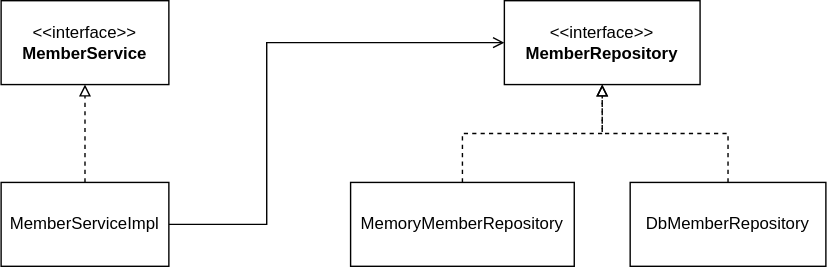
Before: document/class.svg, a diagram exported from draw.io (pyo92/ex-basic-spring). Source tidied: cells renumbered, new cells last; positions are measured from the earlier drawing's top-left corner, leaving out a move shared by most shapes. The source it was exported from:
```xml
<mxGraphModel>
  <root>
    <mxCell id="0" />
    <mxCell id="1" parent="0" />
    <mxCell id="2" value="&amp;lt;&amp;lt;interface&amp;gt;&amp;gt;&lt;br&gt;&lt;b&gt;MemberService&lt;/b&gt;" style="rounded=0;whiteSpace=wrap;html=1;" parent="1" vertex="1">
      <mxGeometry width="120" height="60" as="geometry" />
    </mxCell>
    <mxCell id="3" value="&amp;lt;&amp;lt;interface&amp;gt;&amp;gt;&lt;br&gt;&lt;b&gt;MemberRepository&lt;/b&gt;" style="rounded=0;whiteSpace=wrap;html=1;" parent="1" vertex="1">
      <mxGeometry x="360" width="140" height="60" as="geometry" />
    </mxCell>
    <mxCell id="4" style="edgeStyle=orthogonalEdgeStyle;rounded=0;jettySize=auto;html=1;exitX=0.5;exitY=0;exitDx=0;exitDy=0;dashed=1;endArrow=block;endFill=0;" parent="1" edge="1" source="6" target="2">
      <mxGeometry relative="1" as="geometry" />
    </mxCell>
    <mxCell id="5" style="edgeStyle=orthogonalEdgeStyle;rounded=0;jettySize=auto;html=1;exitX=1;exitY=0.5;exitDx=0;exitDy=0;entryX=0;entryY=0.5;entryDx=0;entryDy=0;endArrow=open;endFill=0;" parent="1" edge="1" source="6" target="3">
      <mxGeometry relative="1" as="geometry">
        <Array as="points">
          <mxPoint x="190" y="160" />
          <mxPoint x="190" y="30" />
        </Array>
      </mxGeometry>
    </mxCell>
    <mxCell id="6" value="MemberServiceImpl" style="rounded=0;whiteSpace=wrap;html=1;" parent="1" vertex="1">
      <mxGeometry y="130" width="120" height="60" as="geometry" />
    </mxCell>
    <mxCell id="7" style="edgeStyle=orthogonalEdgeStyle;rounded=0;jettySize=auto;html=1;exitX=0.5;exitY=0;exitDx=0;exitDy=0;entryX=0.5;entryY=1;entryDx=0;entryDy=0;endArrow=block;endFill=0;dashed=1;" parent="1" edge="1" source="8" target="3">
      <mxGeometry relative="1" as="geometry">
        <Array as="points">
          <mxPoint x="330" y="95" />
          <mxPoint x="430" y="95" />
        </Array>
      </mxGeometry>
    </mxCell>
    <mxCell id="8" value="MemoryMemberRepository" style="rounded=0;whiteSpace=wrap;html=1;" parent="1" vertex="1">
      <mxGeometry x="250" y="130" width="160" height="60" as="geometry" />
    </mxCell>
    <mxCell id="9" style="edgeStyle=orthogonalEdgeStyle;rounded=0;jettySize=auto;html=1;exitX=0.5;exitY=0;exitDx=0;exitDy=0;entryX=0.5;entryY=1;entryDx=0;entryDy=0;dashed=1;endArrow=block;endFill=0;" parent="1" edge="1" source="10" target="3">
      <mxGeometry relative="1" as="geometry" />
    </mxCell>
    <mxCell id="10" value="DbMemberRepository" style="rounded=0;whiteSpace=wrap;html=1;" parent="1" vertex="1">
      <mxGeometry x="450" y="130" width="140" height="60" as="geometry" />
    </mxCell>
  </root>
</mxGraphModel>
```
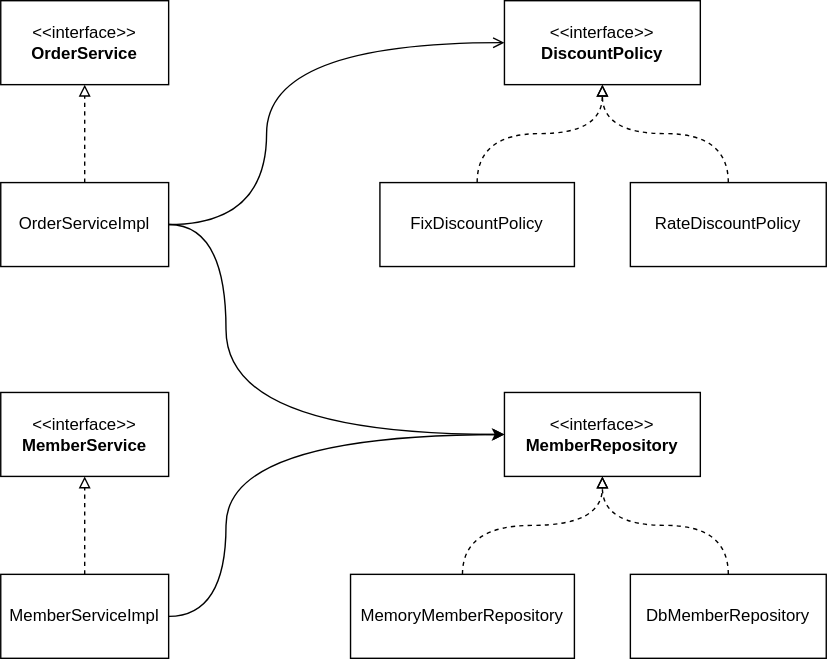
Above is the later version.

Commit message:
#9 - 주문, 할인 도메인 설계

- 주문, 할인 class diagram 작성

Diff of the diagram source:
```diff
@@ -11,18 +11,18 @@
     <mxCell id="4" style="edgeStyle=orthogonalEdgeStyle;rounded=0;jettySize=auto;html=1;exitX=0.5;exitY=0;exitDx=0;exitDy=0;dashed=1;endArrow=block;endFill=0;" parent="1" edge="1" source="6" target="2">
       <mxGeometry relative="1" as="geometry" />
     </mxCell>
-    <mxCell id="5" style="edgeStyle=orthogonalEdgeStyle;rounded=0;jettySize=auto;html=1;exitX=1;exitY=0.5;exitDx=0;exitDy=0;entryX=0;entryY=0.5;entryDx=0;entryDy=0;endArrow=open;endFill=0;" parent="1" edge="1" source="6" target="3">
+    <mxCell id="5" style="edgeStyle=orthogonalEdgeStyle;jettySize=auto;html=1;exitX=1;exitY=0.5;exitDx=0;exitDy=0;entryX=0;entryY=0.5;entryDx=0;entryDy=0;endArrow=open;endFill=0;curved=1;" parent="1" edge="1" source="6" target="3">
       <mxGeometry relative="1" as="geometry">
         <Array as="points">
-          <mxPoint x="190" y="160" />
-          <mxPoint x="190" y="30" />
+          <mxPoint x="161" y="160" />
+          <mxPoint x="161" y="30" />
         </Array>
       </mxGeometry>
     </mxCell>
     <mxCell id="6" value="MemberServiceImpl" style="rounded=0;whiteSpace=wrap;html=1;" parent="1" vertex="1">
       <mxGeometry y="130" width="120" height="60" as="geometry" />
     </mxCell>
-    <mxCell id="7" style="edgeStyle=orthogonalEdgeStyle;rounded=0;jettySize=auto;html=1;exitX=0.5;exitY=0;exitDx=0;exitDy=0;entryX=0.5;entryY=1;entryDx=0;entryDy=0;endArrow=block;endFill=0;dashed=1;" parent="1" edge="1" source="8" target="3">
+    <mxCell id="7" style="edgeStyle=orthogonalEdgeStyle;jettySize=auto;html=1;exitX=0.5;exitY=0;exitDx=0;exitDy=0;entryX=0.5;entryY=1;entryDx=0;entryDy=0;endArrow=block;endFill=0;dashed=1;strokeColor=default;curved=1;" parent="1" edge="1" source="8" target="3">
       <mxGeometry relative="1" as="geometry">
         <Array as="points">
           <mxPoint x="330" y="95" />
@@ -33,11 +33,56 @@
     <mxCell id="8" value="MemoryMemberRepository" style="rounded=0;whiteSpace=wrap;html=1;" parent="1" vertex="1">
       <mxGeometry x="250" y="130" width="160" height="60" as="geometry" />
     </mxCell>
-    <mxCell id="9" style="edgeStyle=orthogonalEdgeStyle;rounded=0;jettySize=auto;html=1;exitX=0.5;exitY=0;exitDx=0;exitDy=0;entryX=0.5;entryY=1;entryDx=0;entryDy=0;dashed=1;endArrow=block;endFill=0;" parent="1" edge="1" source="10" target="3">
+    <mxCell id="9" style="edgeStyle=orthogonalEdgeStyle;jettySize=auto;html=1;exitX=0.5;exitY=0;exitDx=0;exitDy=0;entryX=0.5;entryY=1;entryDx=0;entryDy=0;dashed=1;endArrow=block;endFill=0;strokeColor=default;curved=1;" parent="1" edge="1" source="10" target="3">
       <mxGeometry relative="1" as="geometry" />
     </mxCell>
     <mxCell id="10" value="DbMemberRepository" style="rounded=0;whiteSpace=wrap;html=1;" parent="1" vertex="1">
       <mxGeometry x="450" y="130" width="140" height="60" as="geometry" />
     </mxCell>
+    <mxCell id="11" value="&amp;lt;&amp;lt;interface&amp;gt;&amp;gt;&lt;br&gt;&lt;b&gt;OrderService&lt;/b&gt;" style="rounded=0;whiteSpace=wrap;html=1;" parent="1" vertex="1">
+      <mxGeometry y="-280" width="120" height="60" as="geometry" />
+    </mxCell>
+    <mxCell id="12" value="&amp;lt;&amp;lt;interface&amp;gt;&amp;gt;&lt;br&gt;&lt;b&gt;DiscountPolicy&lt;/b&gt;" style="rounded=0;whiteSpace=wrap;html=1;" parent="1" vertex="1">
+      <mxGeometry x="360" y="-280" width="140" height="60" as="geometry" />
+    </mxCell>
+    <mxCell id="13" style="edgeStyle=orthogonalEdgeStyle;rounded=0;jettySize=auto;html=1;exitX=0.5;exitY=0;exitDx=0;exitDy=0;dashed=1;endArrow=block;endFill=0;" parent="1" edge="1" source="16" target="11">
+      <mxGeometry relative="1" as="geometry" />
+    </mxCell>
+    <mxCell id="14" style="edgeStyle=orthogonalEdgeStyle;jettySize=auto;html=1;exitX=1;exitY=0.5;exitDx=0;exitDy=0;entryX=0;entryY=0.5;entryDx=0;entryDy=0;endArrow=open;endFill=0;curved=1;" parent="1" edge="1" source="16" target="12">
+      <mxGeometry relative="1" as="geometry">
+        <Array as="points">
+          <mxPoint x="190" y="-120" />
+          <mxPoint x="190" y="-250" />
+        </Array>
+      </mxGeometry>
+    </mxCell>
+    <mxCell id="15" style="edgeStyle=orthogonalEdgeStyle;jettySize=auto;html=1;exitX=1;exitY=0.5;exitDx=0;exitDy=0;entryX=0;entryY=0.5;entryDx=0;entryDy=0;curved=1;" parent="1" edge="1" source="16" target="3">
+      <mxGeometry relative="1" as="geometry">
+        <Array as="points">
+          <mxPoint x="161" y="-120" />
+          <mxPoint x="161" y="30" />
+        </Array>
+      </mxGeometry>
+    </mxCell>
+    <mxCell id="16" value="OrderServiceImpl" style="rounded=0;whiteSpace=wrap;html=1;" parent="1" vertex="1">
+      <mxGeometry y="-150" width="120" height="60" as="geometry" />
+    </mxCell>
+    <mxCell id="17" style="edgeStyle=orthogonalEdgeStyle;jettySize=auto;html=1;exitX=0.5;exitY=0;exitDx=0;exitDy=0;entryX=0.5;entryY=1;entryDx=0;entryDy=0;endArrow=block;endFill=0;dashed=1;curved=1;" parent="1" edge="1" source="18" target="12">
+      <mxGeometry relative="1" as="geometry">
+        <Array as="points">
+          <mxPoint x="341" y="-185" />
+          <mxPoint x="430" y="-185" />
+        </Array>
+      </mxGeometry>
+    </mxCell>
+    <mxCell id="18" value="FixDiscountPolicy" style="rounded=0;whiteSpace=wrap;html=1;" parent="1" vertex="1">
+      <mxGeometry x="271" y="-150" width="139" height="60" as="geometry" />
+    </mxCell>
+    <mxCell id="19" style="edgeStyle=orthogonalEdgeStyle;jettySize=auto;html=1;exitX=0.5;exitY=0;exitDx=0;exitDy=0;entryX=0.5;entryY=1;entryDx=0;entryDy=0;dashed=1;endArrow=block;endFill=0;curved=1;" parent="1" edge="1" source="20" target="12">
+      <mxGeometry relative="1" as="geometry" />
+    </mxCell>
+    <mxCell id="20" value="RateDiscountPolicy" style="rounded=0;whiteSpace=wrap;html=1;" parent="1" vertex="1">
+      <mxGeometry x="450" y="-150" width="140" height="60" as="geometry" />
+    </mxCell>
   </root>
 </mxGraphModel>
```
